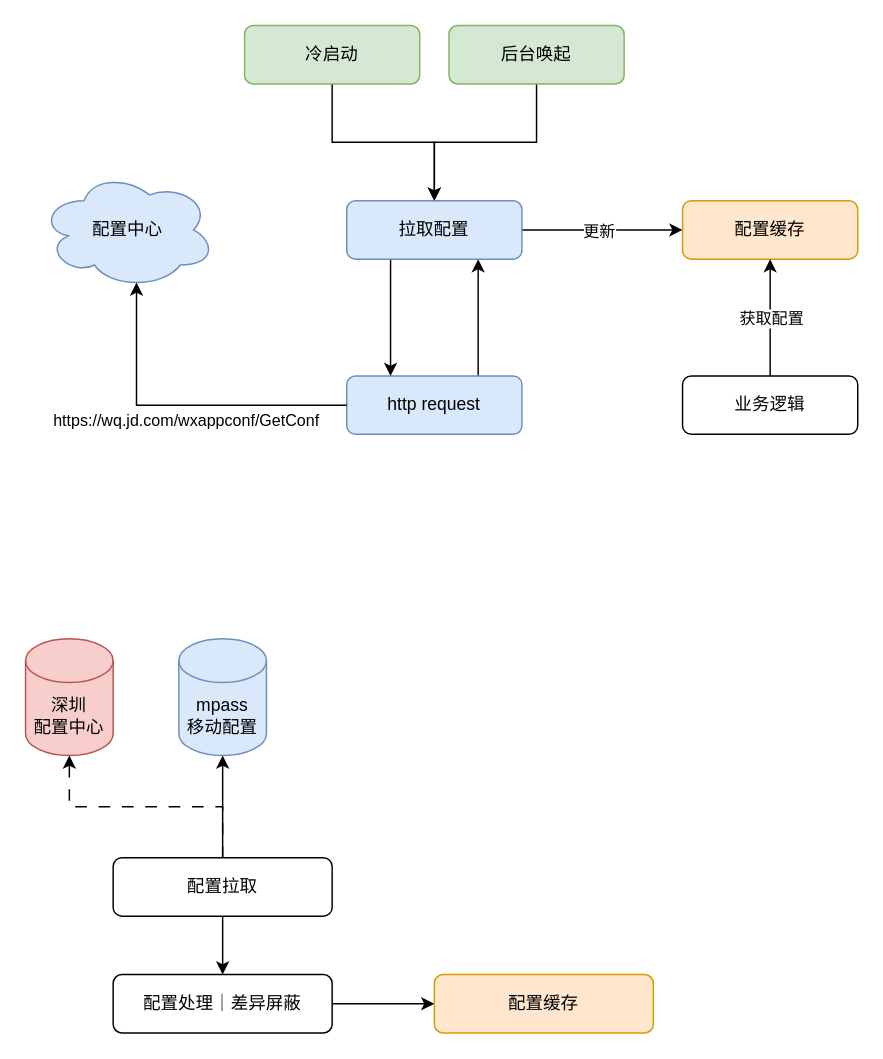
Above: 配置中心.drawio in baosiqing/draw (draw.io), before the change. Source tidied: cells renumbered, new cells numbered last; positions are measured from the earlier drawing's top-left corner, leaving out a move shared by most shapes. Both pictures are drawn from the tidied source at 146%, with x=0, y=0 at pixel (25, 25).
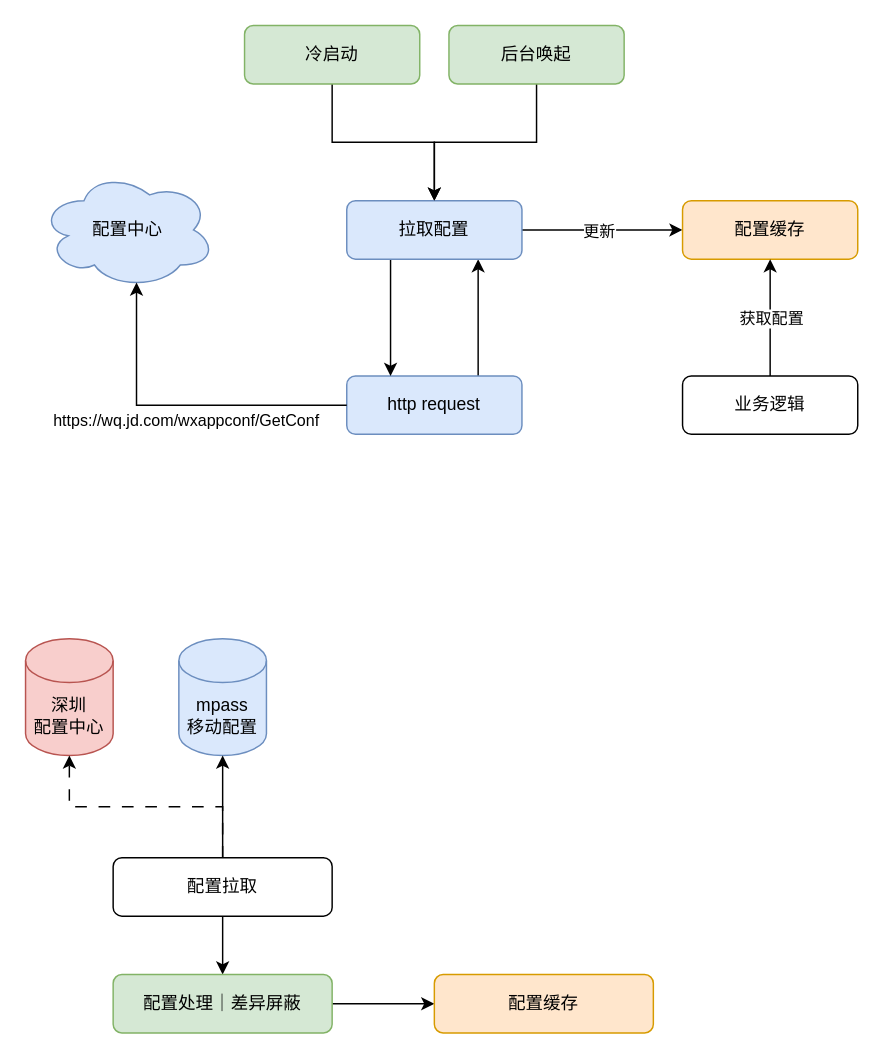
After the change.

Commit message:
更新配置中心.drawio

What changed in the source:
```diff
@@
-    <mxCell id="26" value="配置处理｜差异屏蔽" style="rounded=1;whiteSpace=wrap;html=1;" parent="1" vertex="1">
+    <mxCell id="26" value="配置处理｜差异屏蔽" style="rounded=1;whiteSpace=wrap;html=1;fillColor=#d5e8d4;strokeColor=#82b366;" parent="1" vertex="1">
       <mxGeometry x="60" y="650" width="150" height="40" as="geometry" />
     </mxCell>
```
